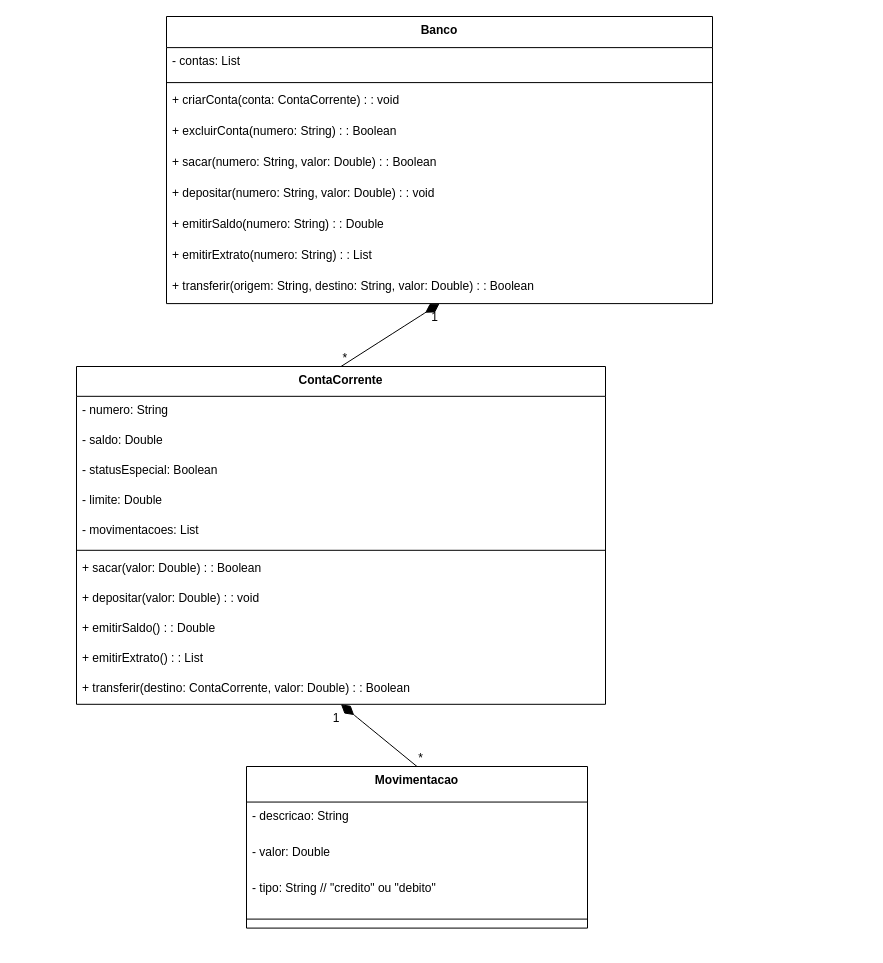
Above: POO2.drawio in da6zin/Teste2.0 (draw.io), before the change. Source tidied: cells renumbered, new cells numbered last; positions are measured from the earlier drawing's top-left corner, leaving out a move shared by most shapes. Both pictures are drawn from the tidied source at 100%, with x=0, y=0 at pixel (76, 16).
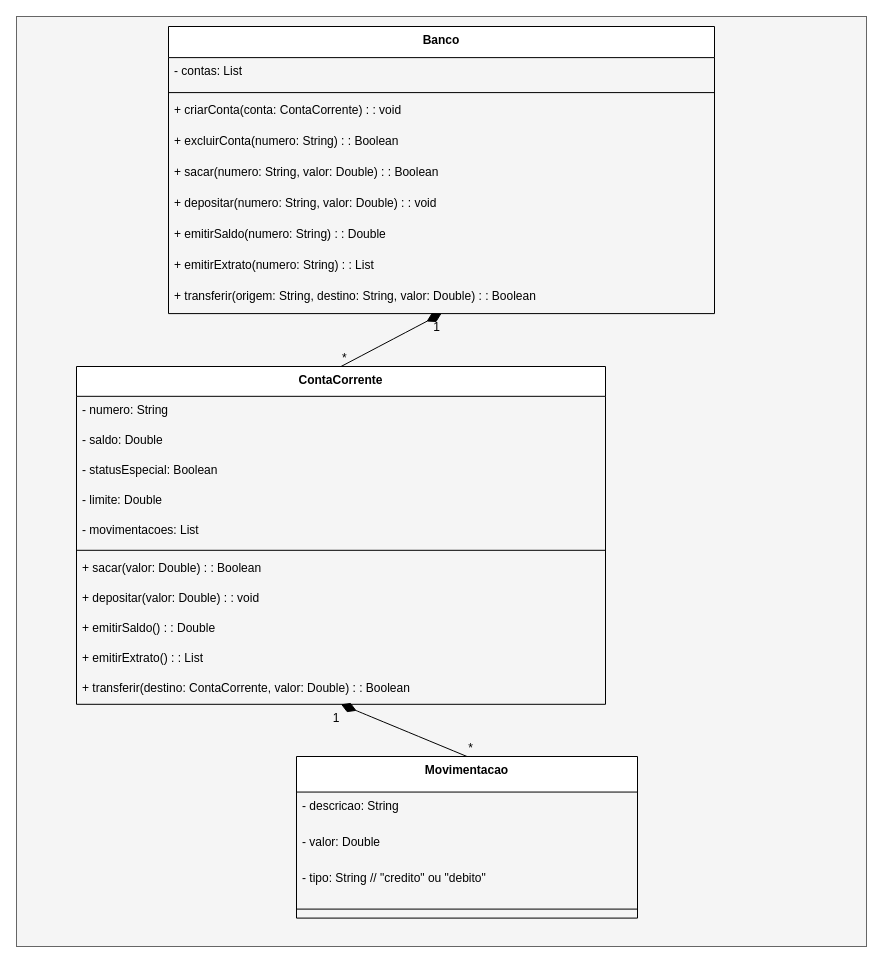
After the change.

Diff of the diagram source:
```diff
@@
+    <mxCell id="35" style="rounded=0;whiteSpace=wrap;html=1;fillColor=#f5f5f5;fontColor=#333333;strokeColor=#666666;gradientColor=none;" parent="1" vertex="1">
+      <mxGeometry x="-60" width="850" height="930" as="geometry" />
+    </mxCell>
@@
     <mxCell id="14" value="Movimentacao" style="swimlane;fontStyle=1;align=center;verticalAlign=top;horizontal=1;startSize=35.55555555555556;" parent="1" vertex="1">
-      <mxGeometry x="170" y="750" width="341" height="161.6" as="geometry" />
+      <mxGeometry x="220" y="740" width="341" height="161.6" as="geometry" />
     </mxCell>
@@
     <mxCell id="19" value="Banco" style="swimlane;fontStyle=1;align=center;verticalAlign=top;horizontal=1;startSize=31.11111111111111;" parent="1" vertex="1">
-      <mxGeometry x="90" width="546" height="287.1" as="geometry" />
+      <mxGeometry x="92" y="10" width="546" height="287.1" as="geometry" />
     </mxCell>
```
